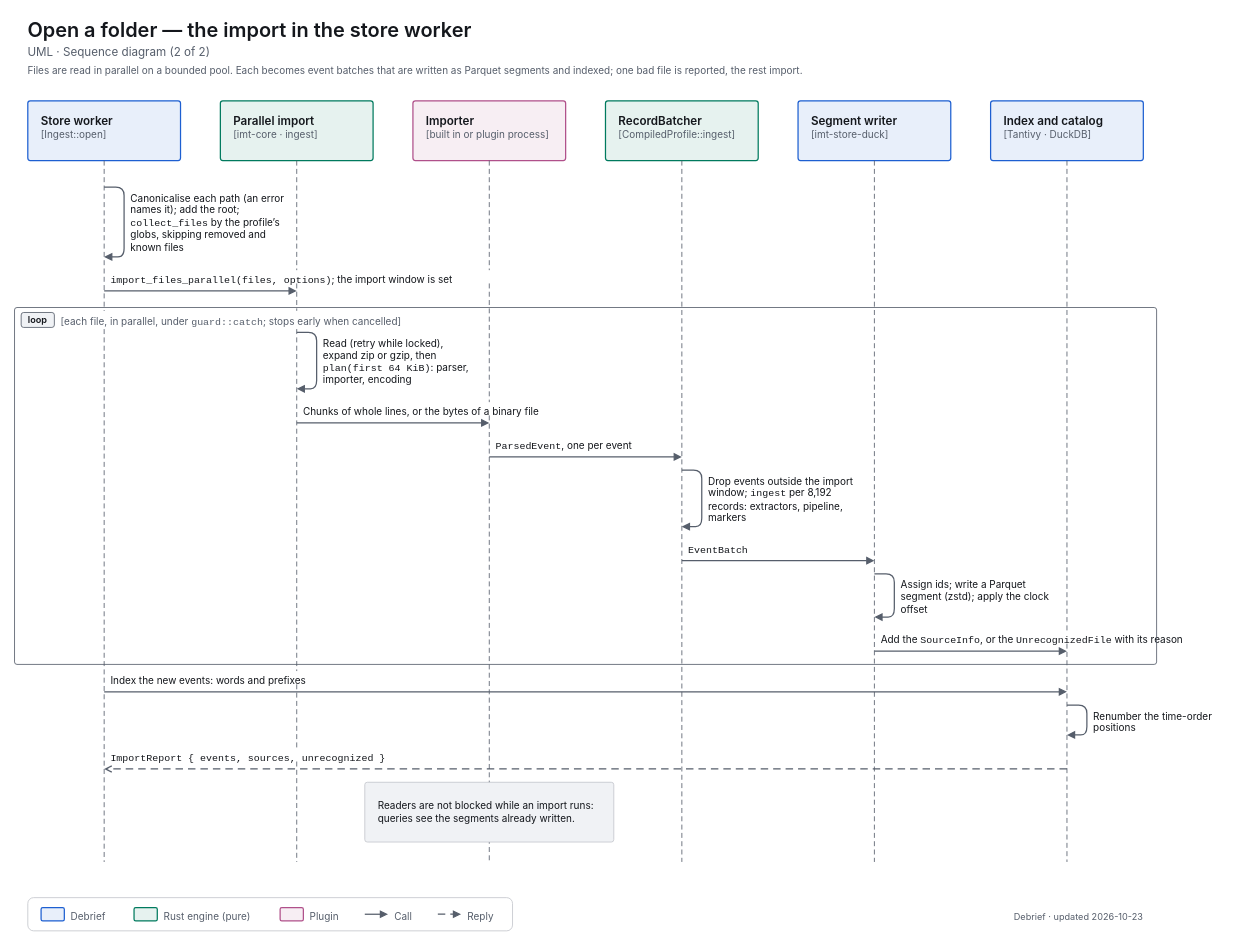
Above: docs/diagrams/uml-seq-open-folder-worker.drawio in decryp7/integrated_maintenance_tool (draw.io), before the change. Source tidied: cells renumbered, new cells numbered last; positions are measured from the earlier drawing's top-left corner, leaving out a move shared by most shapes. Both pictures are drawn from the tidied source at 83%, with x=0, y=0 at pixel (14, 14).
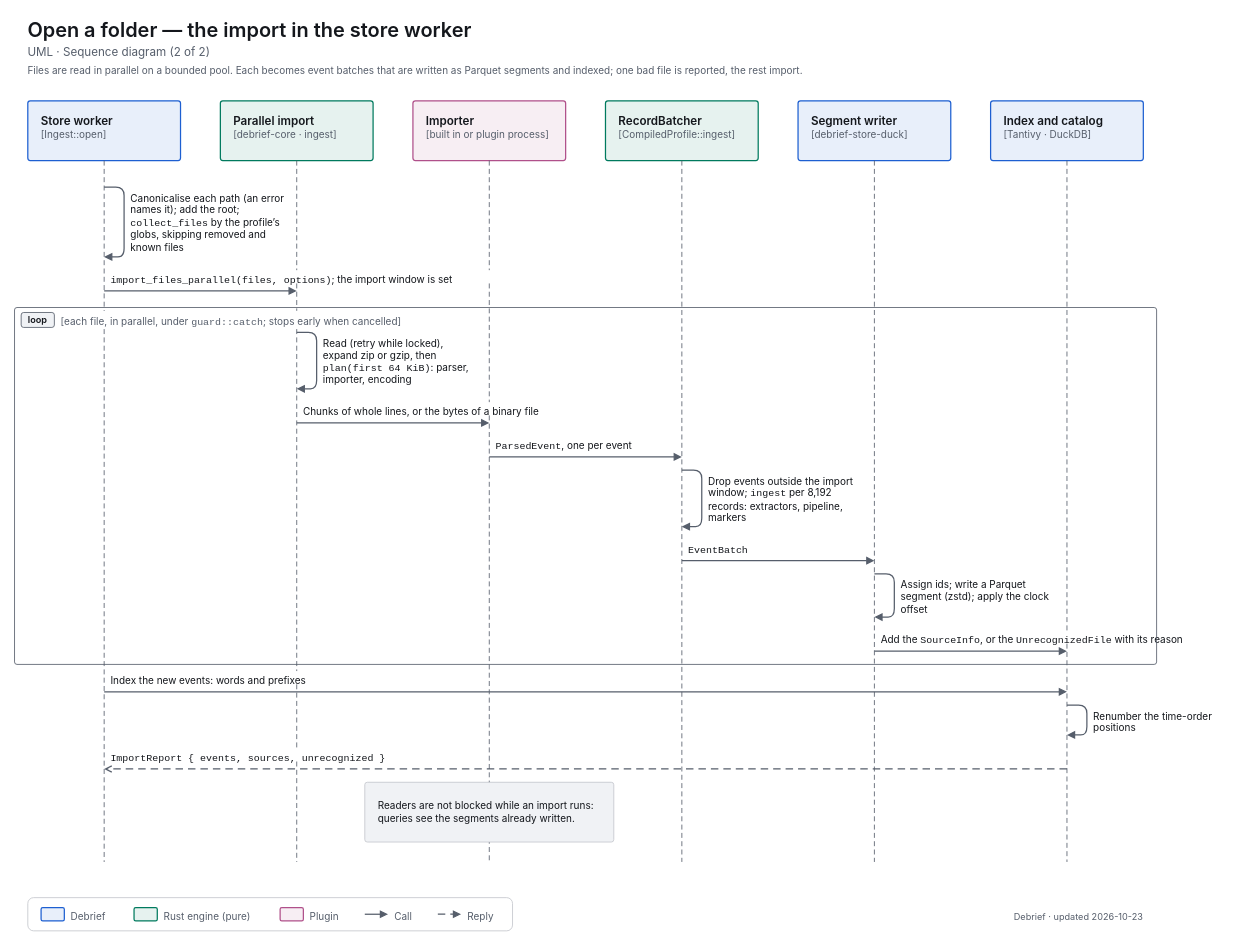
Above is the later version.

Change to the diagram source:
```diff
@@
-    <mxCell id="6" value="&lt;span style=&quot;font-size:14px;font-weight:600&quot;&gt;Parallel import&lt;/span&gt;&lt;br&gt;&lt;span style=&quot;font-size:12px;color:light-dark(#565E6B,#A0A7B2)&quot;&gt;[imt-core · ingest]&lt;/span&gt;" style="html=1;whiteSpace=wrap;fontFamily=-apple-system,BlinkMacSystemFont,Segoe UI,system-ui,sans-serif;fontSize=12;fontColor=light-dark(#14171C,#ECEEF1);rounded=1;absoluteArcSize=1;arcSize=6;strokeWidth=1.5;strokeColor=light-dark(#007A5E,#2EC4A0);fillColor=light-dark(#E6F2EF,#193330);align=left;verticalAlign=top;spacingLeft=14;spacingRight=14;spacingTop=10;spacingBottom=8;" parent="1" vertex="1">
+    <mxCell id="6" value="&lt;span style=&quot;font-size:14px;font-weight:600&quot;&gt;Parallel import&lt;/span&gt;&lt;br&gt;&lt;span style=&quot;font-size:12px;color:light-dark(#565E6B,#A0A7B2)&quot;&gt;[debrief-core · ingest]&lt;/span&gt;" style="html=1;whiteSpace=wrap;fontFamily=-apple-system,BlinkMacSystemFont,Segoe UI,system-ui,sans-serif;fontSize=12;fontColor=light-dark(#14171C,#ECEEF1);rounded=1;absoluteArcSize=1;arcSize=6;strokeWidth=1.5;strokeColor=light-dark(#007A5E,#2EC4A0);fillColor=light-dark(#E6F2EF,#193330);align=left;verticalAlign=top;spacingLeft=14;spacingRight=14;spacingTop=10;spacingBottom=8;" parent="1" vertex="1">
       <mxGeometry x="248" y="104" width="184" height="72" as="geometry" />
     </mxCell>
@@
-    <mxCell id="9" value="&lt;span style=&quot;font-size:14px;font-weight:600&quot;&gt;Segment writer&lt;/span&gt;&lt;br&gt;&lt;span style=&quot;font-size:12px;color:light-dark(#565E6B,#A0A7B2)&quot;&gt;[imt-store-duck]&lt;/span&gt;" style="html=1;whiteSpace=wrap;fontFamily=-apple-system,BlinkMacSystemFont,Segoe UI,system-ui,sans-serif;fontSize=12;fontColor=light-dark(#14171C,#ECEEF1);rounded=1;absoluteArcSize=1;arcSize=6;strokeWidth=1.5;strokeColor=light-dark(#1D5FD1,#5B9BFF);fillColor=light-dark(#E8EFFA,#202C3F);align=left;verticalAlign=top;spacingLeft=14;spacingRight=14;spacingTop=10;spacingBottom=8;" parent="1" vertex="1">
+    <mxCell id="9" value="&lt;span style=&quot;font-size:14px;font-weight:600&quot;&gt;Segment writer&lt;/span&gt;&lt;br&gt;&lt;span style=&quot;font-size:12px;color:light-dark(#565E6B,#A0A7B2)&quot;&gt;[debrief-store-duck]&lt;/span&gt;" style="html=1;whiteSpace=wrap;fontFamily=-apple-system,BlinkMacSystemFont,Segoe UI,system-ui,sans-serif;fontSize=12;fontColor=light-dark(#14171C,#ECEEF1);rounded=1;absoluteArcSize=1;arcSize=6;strokeWidth=1.5;strokeColor=light-dark(#1D5FD1,#5B9BFF);fillColor=light-dark(#E8EFFA,#202C3F);align=left;verticalAlign=top;spacingLeft=14;spacingRight=14;spacingTop=10;spacingBottom=8;" parent="1" vertex="1">
       <mxGeometry x="944" y="104" width="184" height="72" as="geometry" />
     </mxCell>
```
